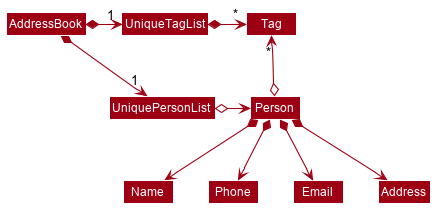
Before: docs/images/BetterModelClassDiagram.png, a diagram exported from PlantUML (nus-cs2103-AY2021S2/tp).
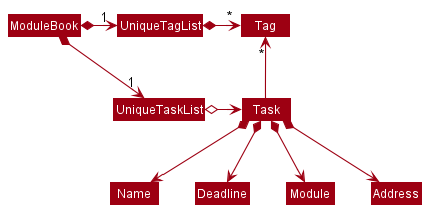
Later version of the same file.

The edit, as a diff of the source:
```diff
@@ -1,68 +1,21 @@
 @startuml
+!include style.puml
+skinparam arrowThickness 1.1
+skinparam arrowColor MODEL_COLOR
+skinparam classBackgroundColor MODEL_COLOR
 
-
-
-
-
-
-
-
-skinparam BackgroundColor #FFFFFFF
-
-skinparam Shadowing false
-
-skinparam Class {
-    FontColor #FFFFFF
-    BorderThickness 1
-    BorderColor #FFFFFF
-    StereotypeFontColor #FFFFFF
-    FontName Arial
-}
-
-skinparam Actor {
-    BorderColor #000000
-    Color #000000
-    FontName Arial
-}
-
-skinparam Sequence {
-    MessageAlign center
-    BoxFontSize 15
-    BoxPadding 0
-    BoxFontColor #FFFFFF
-    FontName Arial
-}
-
-skinparam Participant {
-    FontColor #FFFFFFF
-    Padding 20
-}
-
-skinparam MinClassWidth 50
-skinparam ParticipantPadding 10
-skinparam Shadowing false
-skinparam DefaultTextAlignment center
-skinparam packageStyle Rectangle
-
-hide footbox
-hide members
-hide circle
-skinparam arrowThickness 1.1
-skinparam arrowColor #9D0012
-skinparam classBackgroundColor #9D0012
-
-AddressBook *-right-> "1" UniquePersonList
-AddressBook *-right-> "1" UniqueTagList
-UniqueTagList -[hidden]down- UniquePersonList
-UniqueTagList -[hidden]down- UniquePersonList
+ModuleBook *-right-> "1" UniqueTaskList
+ModuleBook *-right-> "1" UniqueTagList
+UniqueTagList -[hidden]down- UniqueTaskList
+UniqueTagList -[hidden]down- UniqueTaskList
 
 UniqueTagList *-right-> "*" Tag
-UniquePersonList o-right-> Person
+UniqueTaskList o-right-> Task
 
-Person o-up-> "*" Tag
+Task -up-> "*" Tag
 
-Person *--> Name
-Person *--> Phone
-Person *--> Email
-Person *--> Address
+Task *--> Name
+Task *--> Deadline
+Task *--> Module
+Task *--> Address
 @enduml
```
